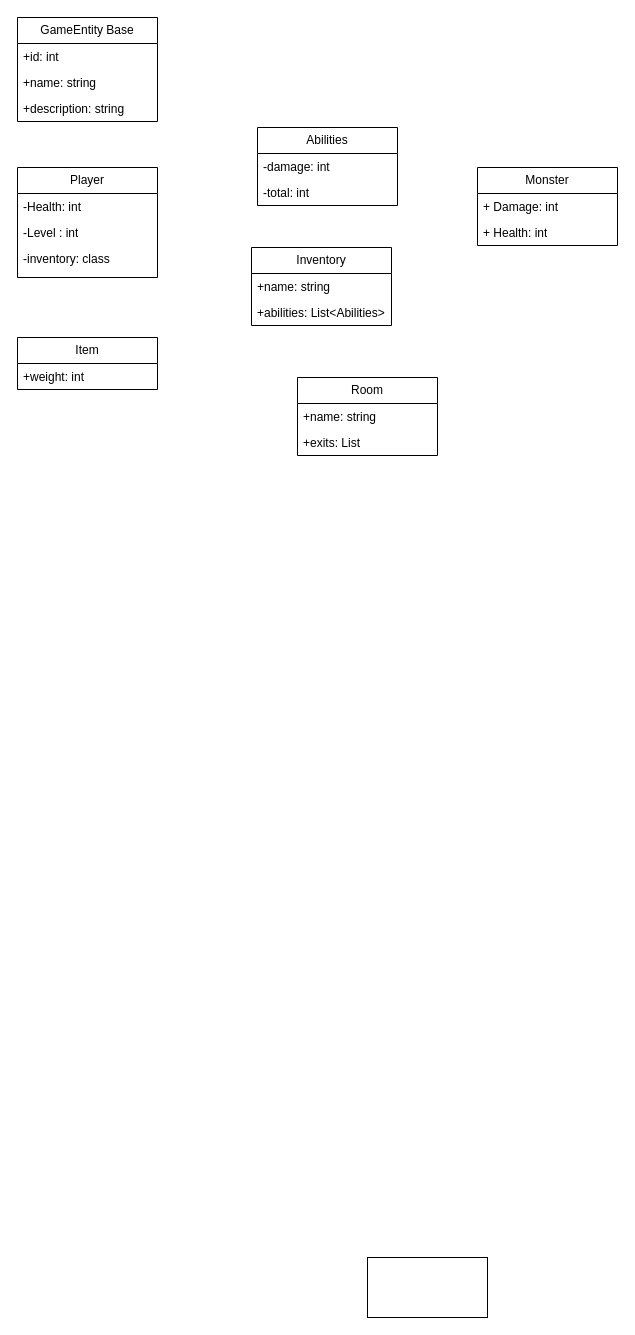
Above: Test.drawio in Buriiboo/Cliffs-of-Cockermouth (draw.io), before the change. Source tidied: cells renumbered, new cells numbered last; positions are measured from the earlier drawing's top-left corner, leaving out a move shared by most shapes. Both pictures are drawn from the tidied source at 100%, with x=0, y=0 at pixel (17, 17).
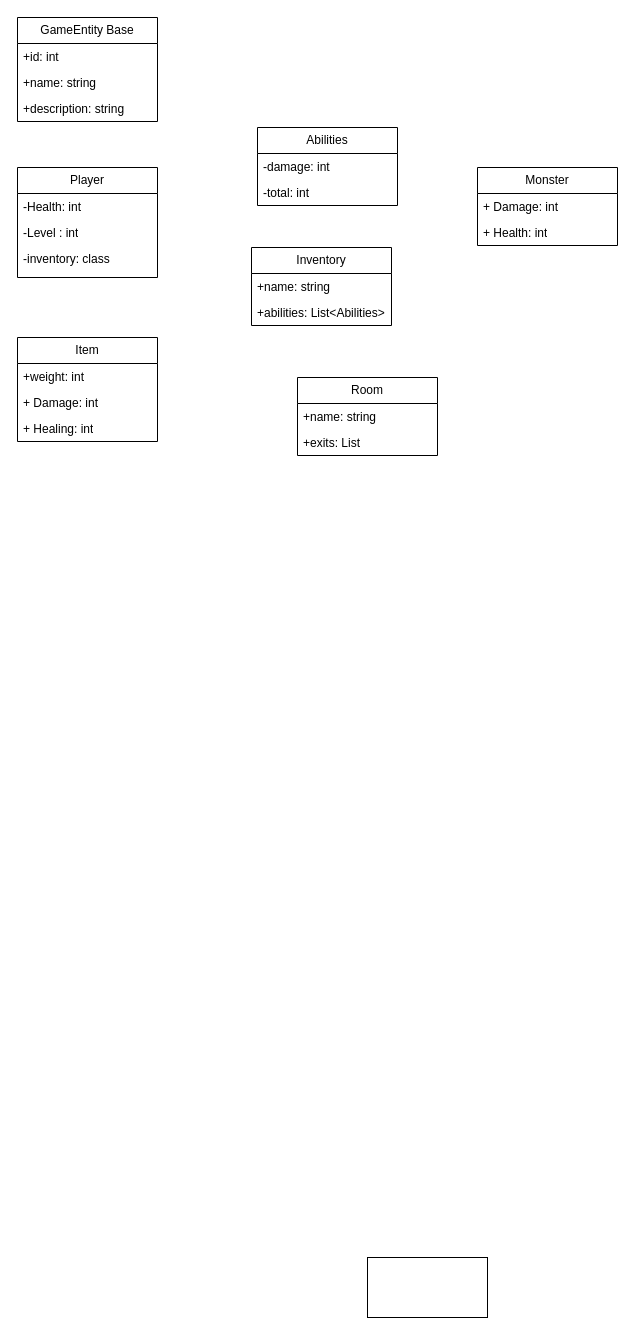
The same diagram, later.

Commit message:
På bbörjat UML

Change to the diagram source:
```diff
@@
     <mxCell id="19" value="Item" style="swimlane;fontStyle=0;horizontal=1;startSize=26;fillColor=none;whiteSpace=wrap;html=1;" parent="1" vertex="1">
-      <mxGeometry y="320" width="140" height="52" as="geometry" />
+      <mxGeometry y="320" width="140" height="104" as="geometry" />
     </mxCell>
@@
+    <mxCell id="25" value="+ Damage: int" style="text;strokeColor=none;fillColor=none;align=left;verticalAlign=top;spacingLeft=4;spacingRight=4;overflow=hidden;whiteSpace=wrap;html=1;" parent="19" vertex="1">
+      <mxGeometry y="52" width="140" height="26" as="geometry" />
+    </mxCell>
+    <mxCell id="26" value="+ Healing: int" style="text;strokeColor=none;fillColor=none;align=left;verticalAlign=top;spacingLeft=4;spacingRight=4;overflow=hidden;whiteSpace=wrap;html=1;" parent="19" vertex="1">
+      <mxGeometry y="78" width="140" height="26" as="geometry" />
+    </mxCell>
```
